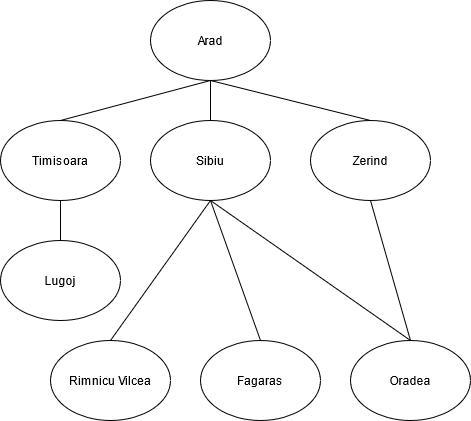
Before: bfs dfs.png, a diagram exported from draw.io (shadow17t/diagram). Source tidied: cells renumbered, new cells last; positions are measured from the earlier drawing's top-left corner, leaving out a move shared by most shapes.
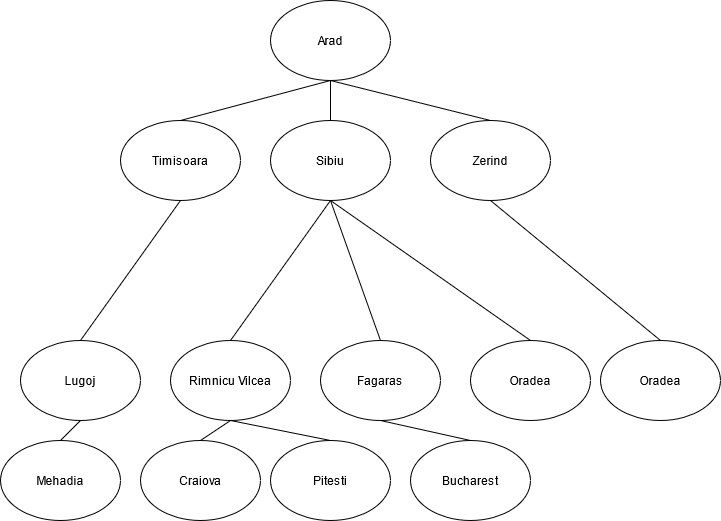
The same file after the commit.

Change to the diagram source:
```diff
@@ -28,7 +28,7 @@
       </mxGeometry>
     </mxCell>
     <mxCell id="9" value="Lugoj" style="ellipse;whiteSpace=wrap;html=1;" parent="1" vertex="1">
-      <mxGeometry y="240" width="120" height="80" as="geometry" />
+      <mxGeometry x="-100" y="340" width="120" height="80" as="geometry" />
     </mxCell>
     <mxCell id="10" style="endArrow=none;html=1;exitX=0.5;exitY=1;exitDx=0;exitDy=0;entryX=0.5;entryY=0;entryDx=0;entryDy=0;" parent="1" edge="1" source="3" target="9">
       <mxGeometry relative="1" as="geometry" />
@@ -53,8 +53,37 @@
     <mxCell id="16" style="endArrow=none;html=1;entryX=0.5;entryY=1;entryDx=0;entryDy=0;exitX=0.5;exitY=0;exitDx=0;exitDy=0;" parent="1" edge="1" source="12" target="4">
       <mxGeometry relative="1" as="geometry" />
     </mxCell>
-    <mxCell id="17" style="endArrow=none;html=1;entryX=0.5;entryY=1;entryDx=0;entryDy=0;exitX=0.5;exitY=0;exitDx=0;exitDy=0;" parent="1" edge="1" source="12" target="5">
+    <mxCell id="17" style="endArrow=none;html=1;entryX=0.5;entryY=1;entryDx=0;entryDy=0;exitX=0.5;exitY=0;exitDx=0;exitDy=0;" parent="1" edge="1" source="18" target="5">
       <mxGeometry relative="1" as="geometry" />
     </mxCell>
+    <mxCell id="18" value="Oradea" style="ellipse;whiteSpace=wrap;html=1;" parent="1" vertex="1">
+      <mxGeometry x="480" y="340" width="120" height="80" as="geometry" />
+    </mxCell>
+    <mxCell id="19" value="Mehadia" style="ellipse;whiteSpace=wrap;html=1;" parent="1" vertex="1">
+      <mxGeometry x="-120" y="440" width="120" height="80" as="geometry" />
+    </mxCell>
+    <mxCell id="20" style="endArrow=none;html=1;exitX=0.5;exitY=0;exitDx=0;exitDy=0;entryX=0.5;entryY=1;entryDx=0;entryDy=0;" parent="1" edge="1" source="19" target="9">
+      <mxGeometry relative="1" as="geometry" />
+    </mxCell>
+    <mxCell id="21" value="Pitesti" style="ellipse;whiteSpace=wrap;html=1;" parent="1" vertex="1">
+      <mxGeometry x="150" y="440" width="120" height="80" as="geometry" />
+    </mxCell>
+    <mxCell id="22" value="Craiova" style="ellipse;whiteSpace=wrap;html=1;" parent="1" vertex="1">
+      <mxGeometry x="20" y="440" width="120" height="80" as="geometry" />
+    </mxCell>
+    <mxCell id="23" style="endArrow=none;html=1;exitX=0.5;exitY=0;exitDx=0;exitDy=0;entryX=0.5;entryY=1;entryDx=0;entryDy=0;" parent="1" edge="1" source="22" target="13">
+      <mxGeometry relative="1" as="geometry" />
+    </mxCell>
+    <mxCell id="24" style="endArrow=none;html=1;exitX=0.5;exitY=0;exitDx=0;exitDy=0;entryX=0.5;entryY=1;entryDx=0;entryDy=0;" parent="1" edge="1" source="21">
+      <mxGeometry relative="1" as="geometry">
+        <mxPoint x="110" y="420" as="targetPoint" />
+      </mxGeometry>
+    </mxCell>
+    <mxCell id="25" value="Bucharest" style="ellipse;whiteSpace=wrap;html=1;" parent="1" vertex="1">
+      <mxGeometry x="290" y="440" width="120" height="80" as="geometry" />
+    </mxCell>
+    <mxCell id="26" style="endArrow=none;html=1;exitX=0.5;exitY=1;exitDx=0;exitDy=0;entryX=0.5;entryY=0;entryDx=0;entryDy=0;" parent="1" edge="1" source="11" target="25">
+      <mxGeometry relative="1" as="geometry" />
+    </mxCell>
   </root>
 </mxGraphModel>
```
